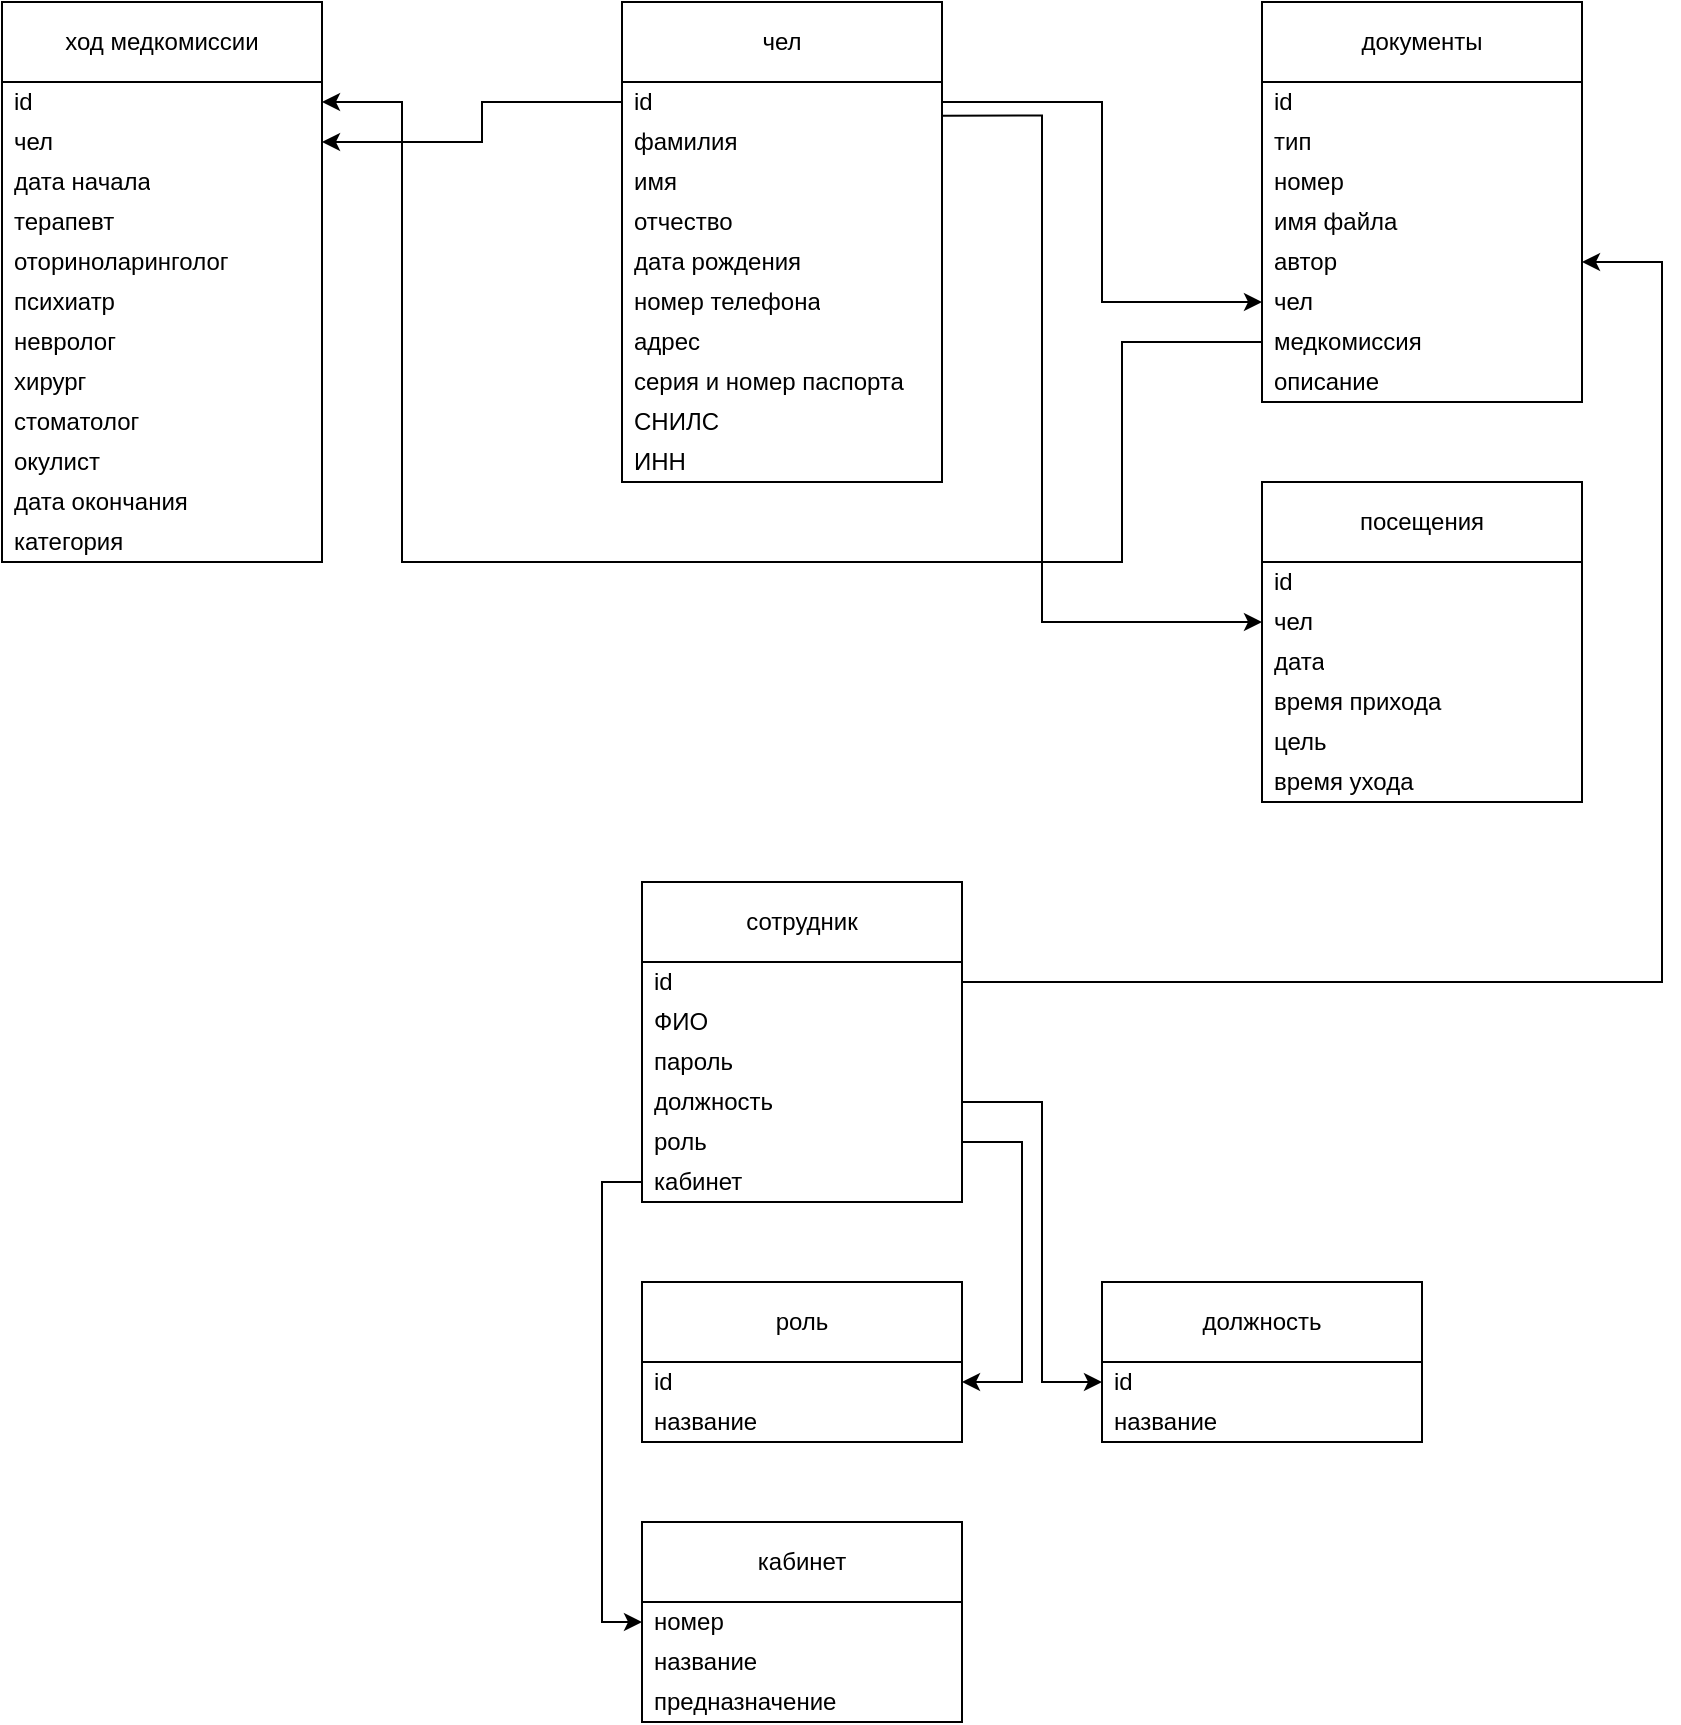
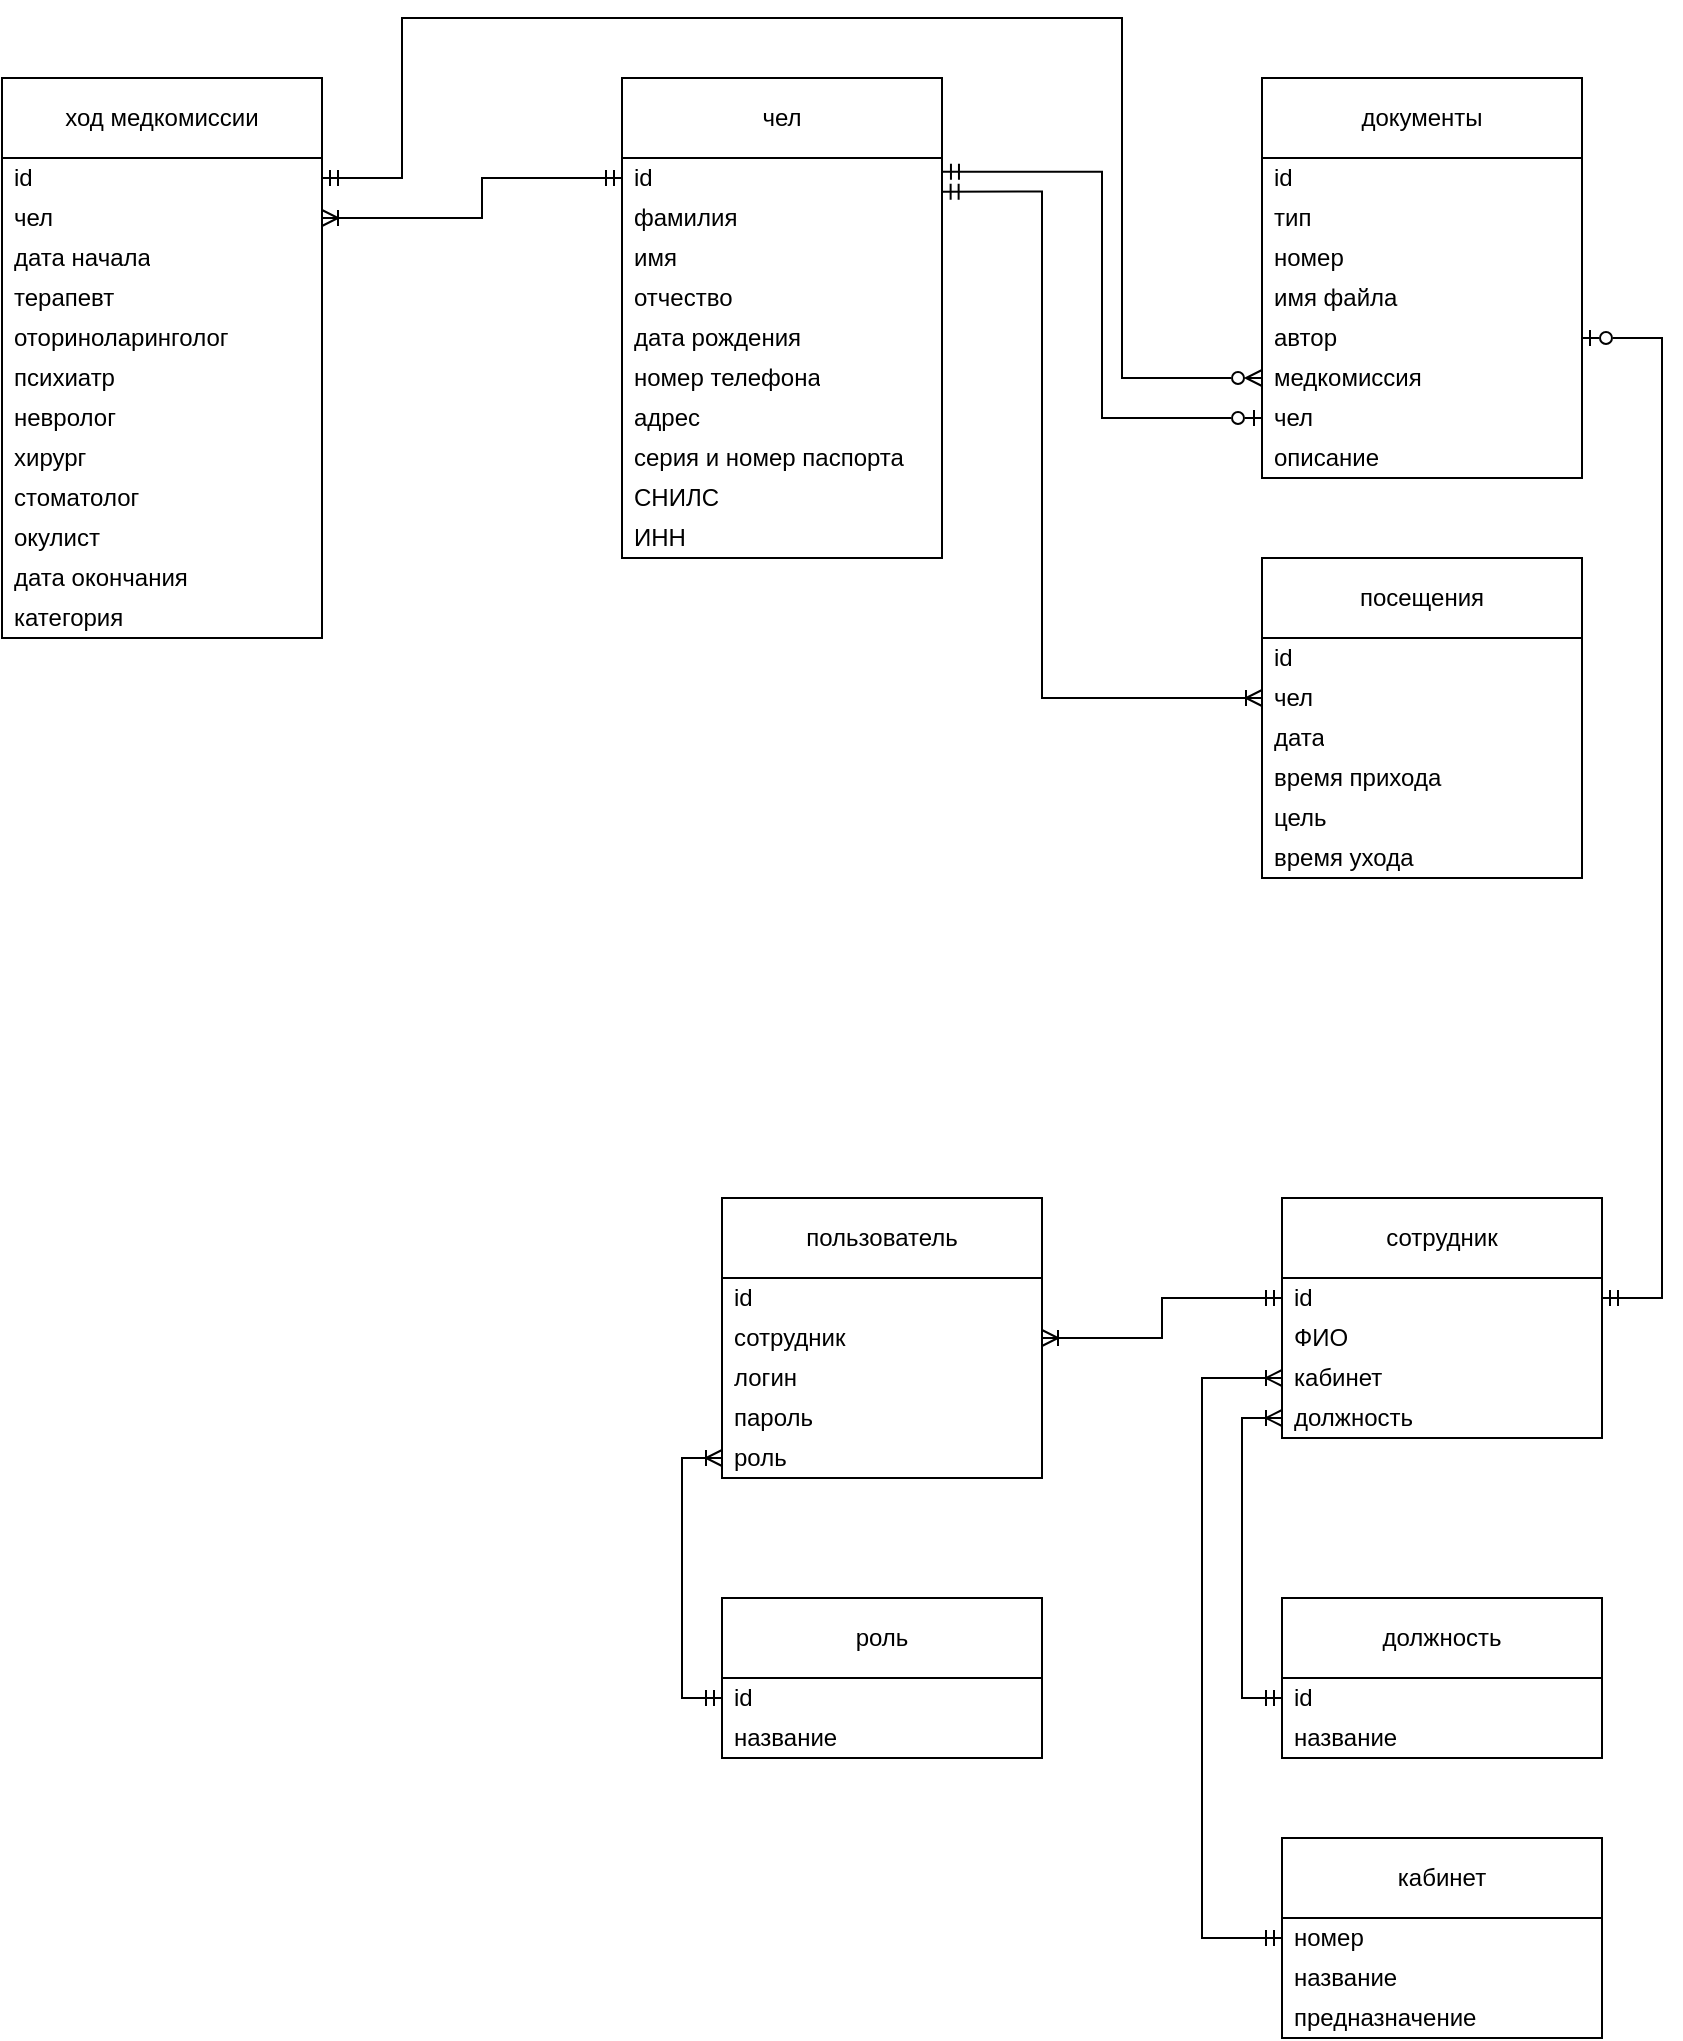
<mxfile host="Electron" agent="Mozilla/5.0 (Windows NT 10.0; Win64; x64) AppleWebKit/537.36 (KHTML, like Gecko) draw.io/29.6.1 Chrome/142.0.7444.265 Electron/39.8.0 Safari/537.36" version="29.6.1">
  <diagram name="Страница-1" id="S3eH96T5Km2KiMN3JvNQ">
-     <mxGraphModel dx="1426" dy="889" grid="1" gridSize="10" guides="1" tooltips="1" connect="1" arrows="1" fold="1" page="1" pageScale="1" pageWidth="827" pageHeight="1169" math="0" shadow="0">
+     <mxGraphModel dx="607" dy="378" grid="1" gridSize="10" guides="1" tooltips="1" connect="1" arrows="1" fold="1" page="1" pageScale="1" pageWidth="827" pageHeight="1169" math="0" shadow="0">
      <root>
        <mxCell id="0" />
        <mxCell id="1" parent="0" />
        <mxCell id="QCCio0czqhQAYPsaJVkk-1" parent="1" style="swimlane;fontStyle=0;childLayout=stackLayout;horizontal=1;startSize=40;horizontalStack=0;resizeParent=1;resizeParentMax=0;resizeLast=0;collapsible=1;marginBottom=0;whiteSpace=wrap;html=1;" value="чел" vertex="1">
          <mxGeometry height="240" width="160" x="750" y="200" as="geometry" />
        </mxCell>
        <mxCell id="QCCio0czqhQAYPsaJVkk-2" parent="QCCio0czqhQAYPsaJVkk-1" style="text;strokeColor=none;fillColor=none;align=left;verticalAlign=middle;spacingLeft=4;spacingRight=4;overflow=hidden;points=[[0,0.5],[1,0.5]];portConstraint=eastwest;rotatable=0;whiteSpace=wrap;html=1;" value="id" vertex="1">
          <mxGeometry height="20" width="160" y="40" as="geometry" />
        </mxCell>
        <mxCell id="QCCio0czqhQAYPsaJVkk-3" parent="QCCio0czqhQAYPsaJVkk-1" style="text;strokeColor=none;fillColor=none;align=left;verticalAlign=middle;spacingLeft=4;spacingRight=4;overflow=hidden;points=[[0,0.5],[1,0.5]];portConstraint=eastwest;rotatable=0;whiteSpace=wrap;html=1;" value="фамилия" vertex="1">
          <mxGeometry height="20" width="160" y="60" as="geometry" />
        </mxCell>
        <mxCell id="QCCio0czqhQAYPsaJVkk-4" parent="QCCio0czqhQAYPsaJVkk-1" style="text;strokeColor=none;fillColor=none;align=left;verticalAlign=middle;spacingLeft=4;spacingRight=4;overflow=hidden;points=[[0,0.5],[1,0.5]];portConstraint=eastwest;rotatable=0;whiteSpace=wrap;html=1;" value="имя" vertex="1">
          <mxGeometry height="20" width="160" y="80" as="geometry" />
        </mxCell>
        <mxCell id="QCCio0czqhQAYPsaJVkk-5" parent="QCCio0czqhQAYPsaJVkk-1" style="text;strokeColor=none;fillColor=none;align=left;verticalAlign=middle;spacingLeft=4;spacingRight=4;overflow=hidden;points=[[0,0.5],[1,0.5]];portConstraint=eastwest;rotatable=0;whiteSpace=wrap;html=1;" value="отчество" vertex="1">
          <mxGeometry height="20" width="160" y="100" as="geometry" />
        </mxCell>
        <mxCell id="QCCio0czqhQAYPsaJVkk-6" parent="QCCio0czqhQAYPsaJVkk-1" style="text;strokeColor=none;fillColor=none;align=left;verticalAlign=middle;spacingLeft=4;spacingRight=4;overflow=hidden;points=[[0,0.5],[1,0.5]];portConstraint=eastwest;rotatable=0;whiteSpace=wrap;html=1;" value="дата рождения" vertex="1">
          <mxGeometry height="20" width="160" y="120" as="geometry" />
        </mxCell>
        <mxCell id="QCCio0czqhQAYPsaJVkk-7" parent="QCCio0czqhQAYPsaJVkk-1" style="text;strokeColor=none;fillColor=none;align=left;verticalAlign=middle;spacingLeft=4;spacingRight=4;overflow=hidden;points=[[0,0.5],[1,0.5]];portConstraint=eastwest;rotatable=0;whiteSpace=wrap;html=1;" value="номер телефона" vertex="1">
          <mxGeometry height="20" width="160" y="140" as="geometry" />
        </mxCell>
        <mxCell id="QCCio0czqhQAYPsaJVkk-8" parent="QCCio0czqhQAYPsaJVkk-1" style="text;strokeColor=none;fillColor=none;align=left;verticalAlign=middle;spacingLeft=4;spacingRight=4;overflow=hidden;points=[[0,0.5],[1,0.5]];portConstraint=eastwest;rotatable=0;whiteSpace=wrap;html=1;" value="адрес" vertex="1">
          <mxGeometry height="20" width="160" y="160" as="geometry" />
        </mxCell>
        <mxCell id="QCCio0czqhQAYPsaJVkk-9" parent="QCCio0czqhQAYPsaJVkk-1" style="text;strokeColor=none;fillColor=none;align=left;verticalAlign=middle;spacingLeft=4;spacingRight=4;overflow=hidden;points=[[0,0.5],[1,0.5]];portConstraint=eastwest;rotatable=0;whiteSpace=wrap;html=1;" value="серия и номер паспорта" vertex="1">
          <mxGeometry height="20" width="160" y="180" as="geometry" />
        </mxCell>
        <mxCell id="QCCio0czqhQAYPsaJVkk-10" parent="QCCio0czqhQAYPsaJVkk-1" style="text;strokeColor=none;fillColor=none;align=left;verticalAlign=middle;spacingLeft=4;spacingRight=4;overflow=hidden;points=[[0,0.5],[1,0.5]];portConstraint=eastwest;rotatable=0;whiteSpace=wrap;html=1;" value="СНИЛС" vertex="1">
          <mxGeometry height="20" width="160" y="200" as="geometry" />
        </mxCell>
        <mxCell id="QCCio0czqhQAYPsaJVkk-11" parent="QCCio0czqhQAYPsaJVkk-1" style="text;strokeColor=none;fillColor=none;align=left;verticalAlign=middle;spacingLeft=4;spacingRight=4;overflow=hidden;points=[[0,0.5],[1,0.5]];portConstraint=eastwest;rotatable=0;whiteSpace=wrap;html=1;" value="ИНН" vertex="1">
          <mxGeometry height="20" width="160" y="220" as="geometry" />
        </mxCell>
        <mxCell id="QCCio0czqhQAYPsaJVkk-14" parent="1" style="swimlane;fontStyle=0;childLayout=stackLayout;horizontal=1;startSize=40;horizontalStack=0;resizeParent=1;resizeParentMax=0;resizeLast=0;collapsible=1;marginBottom=0;whiteSpace=wrap;html=1;" value="посещения" vertex="1">
          <mxGeometry height="160" width="160" x="1070" y="440" as="geometry" />
        </mxCell>
        <mxCell id="QCCio0czqhQAYPsaJVkk-15" parent="QCCio0czqhQAYPsaJVkk-14" style="text;strokeColor=none;fillColor=none;align=left;verticalAlign=middle;spacingLeft=4;spacingRight=4;overflow=hidden;points=[[0,0.5],[1,0.5]];portConstraint=eastwest;rotatable=0;whiteSpace=wrap;html=1;" value="id" vertex="1">
          <mxGeometry height="20" width="160" y="40" as="geometry" />
        </mxCell>
        <mxCell id="QCCio0czqhQAYPsaJVkk-16" parent="QCCio0czqhQAYPsaJVkk-14" style="text;strokeColor=none;fillColor=none;align=left;verticalAlign=middle;spacingLeft=4;spacingRight=4;overflow=hidden;points=[[0,0.5],[1,0.5]];portConstraint=eastwest;rotatable=0;whiteSpace=wrap;html=1;" value="чел" vertex="1">
          <mxGeometry height="20" width="160" y="60" as="geometry" />
        </mxCell>
        <mxCell id="QCCio0czqhQAYPsaJVkk-17" parent="QCCio0czqhQAYPsaJVkk-14" style="text;strokeColor=none;fillColor=none;align=left;verticalAlign=middle;spacingLeft=4;spacingRight=4;overflow=hidden;points=[[0,0.5],[1,0.5]];portConstraint=eastwest;rotatable=0;whiteSpace=wrap;html=1;" value="дата" vertex="1">
          <mxGeometry height="20" width="160" y="80" as="geometry" />
        </mxCell>
        <mxCell id="iJ2i9DIFwPjE_dnxFoKW-2" parent="QCCio0czqhQAYPsaJVkk-14" style="text;strokeColor=none;fillColor=none;align=left;verticalAlign=middle;spacingLeft=4;spacingRight=4;overflow=hidden;points=[[0,0.5],[1,0.5]];portConstraint=eastwest;rotatable=0;whiteSpace=wrap;html=1;" value="время прихода" vertex="1">
          <mxGeometry height="20" width="160" y="100" as="geometry" />
        </mxCell>
        <mxCell id="QCCio0czqhQAYPsaJVkk-18" parent="QCCio0czqhQAYPsaJVkk-14" style="text;strokeColor=none;fillColor=none;align=left;verticalAlign=middle;spacingLeft=4;spacingRight=4;overflow=hidden;points=[[0,0.5],[1,0.5]];portConstraint=eastwest;rotatable=0;whiteSpace=wrap;html=1;" value="цель" vertex="1">
          <mxGeometry height="20" width="160" y="120" as="geometry" />
        </mxCell>
        <mxCell id="iJ2i9DIFwPjE_dnxFoKW-1" parent="QCCio0czqhQAYPsaJVkk-14" style="text;strokeColor=none;fillColor=none;align=left;verticalAlign=middle;spacingLeft=4;spacingRight=4;overflow=hidden;points=[[0,0.5],[1,0.5]];portConstraint=eastwest;rotatable=0;whiteSpace=wrap;html=1;" value="время ухода" vertex="1">
          <mxGeometry height="20" width="160" y="140" as="geometry" />
        </mxCell>
        <mxCell id="QCCio0czqhQAYPsaJVkk-19" parent="1" style="swimlane;fontStyle=0;childLayout=stackLayout;horizontal=1;startSize=40;horizontalStack=0;resizeParent=1;resizeParentMax=0;resizeLast=0;collapsible=1;marginBottom=0;whiteSpace=wrap;html=1;" value="сотрудник" vertex="1">
-           <mxGeometry height="160" width="160" x="760" y="640" as="geometry" />
+           <mxGeometry height="120" width="160" x="1080" y="760" as="geometry" />
        </mxCell>
        <mxCell id="QCCio0czqhQAYPsaJVkk-20" parent="QCCio0czqhQAYPsaJVkk-19" style="text;strokeColor=none;fillColor=none;align=left;verticalAlign=middle;spacingLeft=4;spacingRight=4;overflow=hidden;points=[[0,0.5],[1,0.5]];portConstraint=eastwest;rotatable=0;whiteSpace=wrap;html=1;" value="id" vertex="1">
          <mxGeometry height="20" width="160" y="40" as="geometry" />
        </mxCell>
        <mxCell id="QCCio0czqhQAYPsaJVkk-21" parent="QCCio0czqhQAYPsaJVkk-19" style="text;strokeColor=none;fillColor=none;align=left;verticalAlign=middle;spacingLeft=4;spacingRight=4;overflow=hidden;points=[[0,0.5],[1,0.5]];portConstraint=eastwest;rotatable=0;whiteSpace=wrap;html=1;" value="ФИО" vertex="1">
          <mxGeometry height="20" width="160" y="60" as="geometry" />
        </mxCell>
-         <mxCell id="bNMUofoQmzc7tCHo6-4E-1" parent="QCCio0czqhQAYPsaJVkk-19" style="text;strokeColor=none;fillColor=none;align=left;verticalAlign=middle;spacingLeft=4;spacingRight=4;overflow=hidden;points=[[0,0.5],[1,0.5]];portConstraint=eastwest;rotatable=0;whiteSpace=wrap;html=1;" value="пароль" vertex="1">
-           <mxGeometry height="20" width="160" y="80" as="geometry" />
-         </mxCell>
-         <mxCell id="QCCio0czqhQAYPsaJVkk-22" parent="QCCio0czqhQAYPsaJVkk-19" style="text;strokeColor=none;fillColor=none;align=left;verticalAlign=middle;spacingLeft=4;spacingRight=4;overflow=hidden;points=[[0,0.5],[1,0.5]];portConstraint=eastwest;rotatable=0;whiteSpace=wrap;html=1;" value="должность" vertex="1">
-           <mxGeometry height="20" width="160" y="100" as="geometry" />
-         </mxCell>
-         <mxCell id="QCCio0czqhQAYPsaJVkk-23" parent="QCCio0czqhQAYPsaJVkk-19" style="text;strokeColor=none;fillColor=none;align=left;verticalAlign=middle;spacingLeft=4;spacingRight=4;overflow=hidden;points=[[0,0.5],[1,0.5]];portConstraint=eastwest;rotatable=0;whiteSpace=wrap;html=1;" value="роль" vertex="1">
-           <mxGeometry height="20" width="160" y="120" as="geometry" />
-         </mxCell>
        <mxCell id="QCCio0czqhQAYPsaJVkk-24" parent="QCCio0czqhQAYPsaJVkk-19" style="text;strokeColor=none;fillColor=none;align=left;verticalAlign=middle;spacingLeft=4;spacingRight=4;overflow=hidden;points=[[0,0.5],[1,0.5]];portConstraint=eastwest;rotatable=0;whiteSpace=wrap;html=1;" value="кабинет" vertex="1">
-           <mxGeometry height="20" width="160" y="140" as="geometry" />
+           <mxGeometry height="20" width="160" y="80" as="geometry" />
+         </mxCell>
+         <mxCell id="_7CWWWRRHnUByzOvKkJp-8" parent="QCCio0czqhQAYPsaJVkk-19" style="text;strokeColor=none;fillColor=none;align=left;verticalAlign=middle;spacingLeft=4;spacingRight=4;overflow=hidden;points=[[0,0.5],[1,0.5]];portConstraint=eastwest;rotatable=0;whiteSpace=wrap;html=1;" value="должность" vertex="1">
+           <mxGeometry height="20" width="160" y="100" as="geometry" />
        </mxCell>
        <mxCell id="QCCio0czqhQAYPsaJVkk-25" parent="1" style="swimlane;fontStyle=0;childLayout=stackLayout;horizontal=1;startSize=40;horizontalStack=0;resizeParent=1;resizeParentMax=0;resizeLast=0;collapsible=1;marginBottom=0;whiteSpace=wrap;html=1;" value="кабинет" vertex="1">
-           <mxGeometry height="100" width="160" x="760" y="960" as="geometry" />
+           <mxGeometry height="100" width="160" x="1080" y="1080" as="geometry" />
        </mxCell>
        <mxCell id="QCCio0czqhQAYPsaJVkk-26" parent="QCCio0czqhQAYPsaJVkk-25" style="text;strokeColor=none;fillColor=none;align=left;verticalAlign=middle;spacingLeft=4;spacingRight=4;overflow=hidden;points=[[0,0.5],[1,0.5]];portConstraint=eastwest;rotatable=0;whiteSpace=wrap;html=1;" value="номер" vertex="1">
          <mxGeometry height="20" width="160" y="40" as="geometry" />
        </mxCell>
        <mxCell id="QCCio0czqhQAYPsaJVkk-27" parent="QCCio0czqhQAYPsaJVkk-25" style="text;strokeColor=none;fillColor=none;align=left;verticalAlign=middle;spacingLeft=4;spacingRight=4;overflow=hidden;points=[[0,0.5],[1,0.5]];portConstraint=eastwest;rotatable=0;whiteSpace=wrap;html=1;" value="название" vertex="1">
          <mxGeometry height="20" width="160" y="60" as="geometry" />
        </mxCell>
        <mxCell id="QCCio0czqhQAYPsaJVkk-28" parent="QCCio0czqhQAYPsaJVkk-25" style="text;strokeColor=none;fillColor=none;align=left;verticalAlign=middle;spacingLeft=4;spacingRight=4;overflow=hidden;points=[[0,0.5],[1,0.5]];portConstraint=eastwest;rotatable=0;whiteSpace=wrap;html=1;" value="предназначение" vertex="1">
          <mxGeometry height="20" width="160" y="80" as="geometry" />
        </mxCell>
-         <mxCell id="QCCio0czqhQAYPsaJVkk-29" edge="1" parent="1" style="edgeStyle=orthogonalEdgeStyle;rounded=0;orthogonalLoop=1;jettySize=auto;html=1;">
-           <mxGeometry relative="1" as="geometry">
-             <Array as="points">
-               <mxPoint x="740" y="790" />
-               <mxPoint x="740" y="1010" />
-               <mxPoint x="760" y="1010" />
-             </Array>
-             <mxPoint x="760" y="790" as="sourcePoint" />
-             <mxPoint x="760" y="1010" as="targetPoint" />
+         <mxCell id="QCCio0czqhQAYPsaJVkk-29" edge="1" parent="1" source="QCCio0czqhQAYPsaJVkk-24" style="edgeStyle=orthogonalEdgeStyle;rounded=0;orthogonalLoop=1;jettySize=auto;html=1;startArrow=ERoneToMany;startFill=0;endArrow=ERmandOne;endFill=0;exitX=0;exitY=0.5;exitDx=0;exitDy=0;">
+           <mxGeometry relative="1" as="geometry">
+             <Array as="points">
+               <mxPoint x="1040" y="850" />
+               <mxPoint x="1040" y="1130" />
+             </Array>
+             <mxPoint x="1080" y="910" as="sourcePoint" />
+             <mxPoint x="1080" y="1130" as="targetPoint" />
          </mxGeometry>
        </mxCell>
        <mxCell id="QCCio0czqhQAYPsaJVkk-30" parent="1" style="swimlane;fontStyle=0;childLayout=stackLayout;horizontal=1;startSize=40;horizontalStack=0;resizeParent=1;resizeParentMax=0;resizeLast=0;collapsible=1;marginBottom=0;whiteSpace=wrap;html=1;" value="документы" vertex="1">
          <mxGeometry height="200" width="160" x="1070" y="200" as="geometry" />
        </mxCell>
        <mxCell id="QCCio0czqhQAYPsaJVkk-31" parent="QCCio0czqhQAYPsaJVkk-30" style="text;strokeColor=none;fillColor=none;align=left;verticalAlign=middle;spacingLeft=4;spacingRight=4;overflow=hidden;points=[[0,0.5],[1,0.5]];portConstraint=eastwest;rotatable=0;whiteSpace=wrap;html=1;" value="id" vertex="1">
          <mxGeometry height="20" width="160" y="40" as="geometry" />
        </mxCell>
        <mxCell id="QCCio0czqhQAYPsaJVkk-32" parent="QCCio0czqhQAYPsaJVkk-30" style="text;strokeColor=none;fillColor=none;align=left;verticalAlign=middle;spacingLeft=4;spacingRight=4;overflow=hidden;points=[[0,0.5],[1,0.5]];portConstraint=eastwest;rotatable=0;whiteSpace=wrap;html=1;" value="тип" vertex="1">
          <mxGeometry height="20" width="160" y="60" as="geometry" />
        </mxCell>
        <mxCell id="QCCio0czqhQAYPsaJVkk-33" parent="QCCio0czqhQAYPsaJVkk-30" style="text;strokeColor=none;fillColor=none;align=left;verticalAlign=middle;spacingLeft=4;spacingRight=4;overflow=hidden;points=[[0,0.5],[1,0.5]];portConstraint=eastwest;rotatable=0;whiteSpace=wrap;html=1;" value="номер" vertex="1">
          <mxGeometry height="20" width="160" y="80" as="geometry" />
        </mxCell>
        <mxCell id="5v35WYOy-HeSkfLyppc9-16" parent="QCCio0czqhQAYPsaJVkk-30" style="text;strokeColor=none;fillColor=none;align=left;verticalAlign=middle;spacingLeft=4;spacingRight=4;overflow=hidden;points=[[0,0.5],[1,0.5]];portConstraint=eastwest;rotatable=0;whiteSpace=wrap;html=1;" value="имя файла" vertex="1">
          <mxGeometry height="20" width="160" y="100" as="geometry" />
        </mxCell>
        <mxCell id="QCCio0czqhQAYPsaJVkk-34" parent="QCCio0czqhQAYPsaJVkk-30" style="text;strokeColor=none;fillColor=none;align=left;verticalAlign=middle;spacingLeft=4;spacingRight=4;overflow=hidden;points=[[0,0.5],[1,0.5]];portConstraint=eastwest;rotatable=0;whiteSpace=wrap;html=1;" value="автор" vertex="1">
          <mxGeometry height="20" width="160" y="120" as="geometry" />
        </mxCell>
+         <mxCell id="5v35WYOy-HeSkfLyppc9-18" parent="QCCio0czqhQAYPsaJVkk-30" style="text;strokeColor=none;fillColor=none;align=left;verticalAlign=middle;spacingLeft=4;spacingRight=4;overflow=hidden;points=[[0,0.5],[1,0.5]];portConstraint=eastwest;rotatable=0;whiteSpace=wrap;html=1;" value="медкомиссия" vertex="1">
+           <mxGeometry height="20" width="160" y="140" as="geometry" />
+         </mxCell>
        <mxCell id="QCCio0czqhQAYPsaJVkk-37" parent="QCCio0czqhQAYPsaJVkk-30" style="text;strokeColor=none;fillColor=none;align=left;verticalAlign=middle;spacingLeft=4;spacingRight=4;overflow=hidden;points=[[0,0.5],[1,0.5]];portConstraint=eastwest;rotatable=0;whiteSpace=wrap;html=1;" value="чел" vertex="1">
-           <mxGeometry height="20" width="160" y="140" as="geometry" />
-         </mxCell>
-         <mxCell id="5v35WYOy-HeSkfLyppc9-18" parent="QCCio0czqhQAYPsaJVkk-30" style="text;strokeColor=none;fillColor=none;align=left;verticalAlign=middle;spacingLeft=4;spacingRight=4;overflow=hidden;points=[[0,0.5],[1,0.5]];portConstraint=eastwest;rotatable=0;whiteSpace=wrap;html=1;" value="медкомиссия" vertex="1">
          <mxGeometry height="20" width="160" y="160" as="geometry" />
        </mxCell>
        <mxCell id="5v35WYOy-HeSkfLyppc9-17" parent="QCCio0czqhQAYPsaJVkk-30" style="text;strokeColor=none;fillColor=none;align=left;verticalAlign=middle;spacingLeft=4;spacingRight=4;overflow=hidden;points=[[0,0.5],[1,0.5]];portConstraint=eastwest;rotatable=0;whiteSpace=wrap;html=1;" value="описание" vertex="1">
          <mxGeometry height="20" width="160" y="180" as="geometry" />
        </mxCell>
-         <mxCell id="QCCio0czqhQAYPsaJVkk-38" edge="1" parent="1" source="QCCio0czqhQAYPsaJVkk-2" style="edgeStyle=orthogonalEdgeStyle;rounded=0;orthogonalLoop=1;jettySize=auto;html=1;entryX=0;entryY=0.5;entryDx=0;entryDy=0;exitX=1.002;exitY=0.841;exitDx=0;exitDy=0;exitPerimeter=0;" target="QCCio0czqhQAYPsaJVkk-16">
+         <mxCell id="QCCio0czqhQAYPsaJVkk-38" edge="1" parent="1" source="QCCio0czqhQAYPsaJVkk-2" style="edgeStyle=orthogonalEdgeStyle;rounded=0;orthogonalLoop=1;jettySize=auto;html=1;entryX=0;entryY=0.5;entryDx=0;entryDy=0;exitX=1.002;exitY=0.841;exitDx=0;exitDy=0;exitPerimeter=0;startArrow=ERmandOne;startFill=0;endArrow=ERoneToMany;endFill=0;" target="QCCio0czqhQAYPsaJVkk-16">
          <mxGeometry relative="1" as="geometry">
            <Array as="points">
              <mxPoint x="960" y="257" />
              <mxPoint x="960" y="510" />
            </Array>
          </mxGeometry>
        </mxCell>
-         <mxCell id="QCCio0czqhQAYPsaJVkk-39" edge="1" parent="1" source="QCCio0czqhQAYPsaJVkk-2" style="edgeStyle=orthogonalEdgeStyle;rounded=0;orthogonalLoop=1;jettySize=auto;html=1;entryX=0;entryY=0.5;entryDx=0;entryDy=0;" target="QCCio0czqhQAYPsaJVkk-37">
-           <mxGeometry relative="1" as="geometry">
-             <Array as="points">
-               <mxPoint x="990" y="250" />
-               <mxPoint x="990" y="350" />
+         <mxCell id="QCCio0czqhQAYPsaJVkk-39" edge="1" parent="1" source="QCCio0czqhQAYPsaJVkk-2" style="edgeStyle=orthogonalEdgeStyle;rounded=0;orthogonalLoop=1;jettySize=auto;html=1;entryX=0;entryY=0.5;entryDx=0;entryDy=0;startArrow=ERmandOne;startFill=0;endArrow=ERzeroToOne;endFill=0;exitX=1.003;exitY=0.344;exitDx=0;exitDy=0;exitPerimeter=0;" target="QCCio0czqhQAYPsaJVkk-37">
+           <mxGeometry relative="1" as="geometry">
+             <Array as="points">
+               <mxPoint x="990" y="247" />
+               <mxPoint x="990" y="370" />
            </Array>
            <mxPoint x="1030" y="330" as="targetPoint" />
          </mxGeometry>
        </mxCell>
        <mxCell id="QCCio0czqhQAYPsaJVkk-40" parent="1" style="swimlane;fontStyle=0;childLayout=stackLayout;horizontal=1;startSize=40;horizontalStack=0;resizeParent=1;resizeParentMax=0;resizeLast=0;collapsible=1;marginBottom=0;whiteSpace=wrap;html=1;" value="роль" vertex="1">
-           <mxGeometry height="80" width="160" x="760" y="840" as="geometry" />
+           <mxGeometry height="80" width="160" x="800" y="960" as="geometry" />
        </mxCell>
        <mxCell id="QCCio0czqhQAYPsaJVkk-41" parent="QCCio0czqhQAYPsaJVkk-40" style="text;strokeColor=none;fillColor=none;align=left;verticalAlign=middle;spacingLeft=4;spacingRight=4;overflow=hidden;points=[[0,0.5],[1,0.5]];portConstraint=eastwest;rotatable=0;whiteSpace=wrap;html=1;" value="id" vertex="1">
          <mxGeometry height="20" width="160" y="40" as="geometry" />
        </mxCell>
        <mxCell id="QCCio0czqhQAYPsaJVkk-42" parent="QCCio0czqhQAYPsaJVkk-40" style="text;strokeColor=none;fillColor=none;align=left;verticalAlign=middle;spacingLeft=4;spacingRight=4;overflow=hidden;points=[[0,0.5],[1,0.5]];portConstraint=eastwest;rotatable=0;whiteSpace=wrap;html=1;" value="название" vertex="1">
          <mxGeometry height="20" width="160" y="60" as="geometry" />
        </mxCell>
-         <mxCell id="QCCio0czqhQAYPsaJVkk-43" edge="1" parent="1" source="QCCio0czqhQAYPsaJVkk-23" style="edgeStyle=orthogonalEdgeStyle;rounded=0;orthogonalLoop=1;jettySize=auto;html=1;entryX=1;entryY=0.5;entryDx=0;entryDy=0;" target="QCCio0czqhQAYPsaJVkk-41">
-           <mxGeometry relative="1" as="geometry">
-             <Array as="points">
-               <mxPoint x="950" y="770" />
-               <mxPoint x="950" y="890" />
-             </Array>
-             <mxPoint x="910" y="850" as="targetPoint" />
-           </mxGeometry>
-         </mxCell>
-         <mxCell id="QCCio0czqhQAYPsaJVkk-44" edge="1" parent="1" source="QCCio0czqhQAYPsaJVkk-20" style="edgeStyle=orthogonalEdgeStyle;rounded=0;orthogonalLoop=1;jettySize=auto;html=1;entryX=1;entryY=0.5;entryDx=0;entryDy=0;exitX=1;exitY=0.5;exitDx=0;exitDy=0;" target="QCCio0czqhQAYPsaJVkk-34">
-           <mxGeometry relative="1" as="geometry">
-             <Array as="points">
-               <mxPoint x="1270" y="690" />
+         <mxCell id="QCCio0czqhQAYPsaJVkk-44" edge="1" parent="1" source="QCCio0czqhQAYPsaJVkk-20" style="edgeStyle=orthogonalEdgeStyle;rounded=0;orthogonalLoop=1;jettySize=auto;html=1;entryX=1;entryY=0.5;entryDx=0;entryDy=0;startArrow=ERmandOne;startFill=0;endArrow=ERzeroToOne;endFill=0;exitX=1;exitY=0.5;exitDx=0;exitDy=0;" target="QCCio0czqhQAYPsaJVkk-34">
+           <mxGeometry relative="1" as="geometry">
+             <Array as="points">
+               <mxPoint x="1270" y="810" />
              <mxPoint x="1270" y="330" />
            </Array>
-             <mxPoint x="980" y="650" as="sourcePoint" />
+             <mxPoint x="1270" y="750" as="sourcePoint" />
            <mxPoint x="1220" y="390" as="targetPoint" />
          </mxGeometry>
        </mxCell>
        <mxCell id="QCCio0czqhQAYPsaJVkk-45" parent="1" style="swimlane;fontStyle=0;childLayout=stackLayout;horizontal=1;startSize=40;horizontalStack=0;resizeParent=1;resizeParentMax=0;resizeLast=0;collapsible=1;marginBottom=0;whiteSpace=wrap;html=1;" value="ход медкомиссии" vertex="1">
          <mxGeometry height="280" width="160" x="440" y="200" as="geometry" />
        </mxCell>
        <mxCell id="QCCio0czqhQAYPsaJVkk-46" parent="QCCio0czqhQAYPsaJVkk-45" style="text;strokeColor=none;fillColor=none;align=left;verticalAlign=middle;spacingLeft=4;spacingRight=4;overflow=hidden;points=[[0,0.5],[1,0.5]];portConstraint=eastwest;rotatable=0;whiteSpace=wrap;html=1;" value="id" vertex="1">
          <mxGeometry height="20" width="160" y="40" as="geometry" />
        </mxCell>
        <mxCell id="QCCio0czqhQAYPsaJVkk-47" parent="QCCio0czqhQAYPsaJVkk-45" style="text;strokeColor=none;fillColor=none;align=left;verticalAlign=middle;spacingLeft=4;spacingRight=4;overflow=hidden;points=[[0,0.5],[1,0.5]];portConstraint=eastwest;rotatable=0;whiteSpace=wrap;html=1;" value="чел" vertex="1">
          <mxGeometry height="20" width="160" y="60" as="geometry" />
        </mxCell>
        <mxCell id="QCCio0czqhQAYPsaJVkk-49" parent="QCCio0czqhQAYPsaJVkk-45" style="text;strokeColor=none;fillColor=none;align=left;verticalAlign=middle;spacingLeft=4;spacingRight=4;overflow=hidden;points=[[0,0.5],[1,0.5]];portConstraint=eastwest;rotatable=0;whiteSpace=wrap;html=1;" value="дата начала" vertex="1">
          <mxGeometry height="20" width="160" y="80" as="geometry" />
        </mxCell>
        <mxCell id="QCCio0czqhQAYPsaJVkk-58" parent="QCCio0czqhQAYPsaJVkk-45" style="text;strokeColor=none;fillColor=none;align=left;verticalAlign=middle;spacingLeft=4;spacingRight=4;overflow=hidden;points=[[0,0.5],[1,0.5]];portConstraint=eastwest;rotatable=0;whiteSpace=wrap;html=1;" value="терапевт" vertex="1">
          <mxGeometry height="20" width="160" y="100" as="geometry" />
        </mxCell>
        <mxCell id="QCCio0czqhQAYPsaJVkk-64" parent="QCCio0czqhQAYPsaJVkk-45" style="text;strokeColor=none;fillColor=none;align=left;verticalAlign=middle;spacingLeft=4;spacingRight=4;overflow=hidden;points=[[0,0.5],[1,0.5]];portConstraint=eastwest;rotatable=0;whiteSpace=wrap;html=1;" value="оториноларинголог" vertex="1">
          <mxGeometry height="20" width="160" y="120" as="geometry" />
        </mxCell>
        <mxCell id="QCCio0czqhQAYPsaJVkk-63" parent="QCCio0czqhQAYPsaJVkk-45" style="text;strokeColor=none;fillColor=none;align=left;verticalAlign=middle;spacingLeft=4;spacingRight=4;overflow=hidden;points=[[0,0.5],[1,0.5]];portConstraint=eastwest;rotatable=0;whiteSpace=wrap;html=1;" value="психиатр" vertex="1">
          <mxGeometry height="20" width="160" y="140" as="geometry" />
        </mxCell>
        <mxCell id="QCCio0czqhQAYPsaJVkk-62" parent="QCCio0czqhQAYPsaJVkk-45" style="text;strokeColor=none;fillColor=none;align=left;verticalAlign=middle;spacingLeft=4;spacingRight=4;overflow=hidden;points=[[0,0.5],[1,0.5]];portConstraint=eastwest;rotatable=0;whiteSpace=wrap;html=1;" value="невролог" vertex="1">
          <mxGeometry height="20" width="160" y="160" as="geometry" />
        </mxCell>
        <mxCell id="QCCio0czqhQAYPsaJVkk-61" parent="QCCio0czqhQAYPsaJVkk-45" style="text;strokeColor=none;fillColor=none;align=left;verticalAlign=middle;spacingLeft=4;spacingRight=4;overflow=hidden;points=[[0,0.5],[1,0.5]];portConstraint=eastwest;rotatable=0;whiteSpace=wrap;html=1;" value="хирург" vertex="1">
          <mxGeometry height="20" width="160" y="180" as="geometry" />
        </mxCell>
        <mxCell id="QCCio0czqhQAYPsaJVkk-60" parent="QCCio0czqhQAYPsaJVkk-45" style="text;strokeColor=none;fillColor=none;align=left;verticalAlign=middle;spacingLeft=4;spacingRight=4;overflow=hidden;points=[[0,0.5],[1,0.5]];portConstraint=eastwest;rotatable=0;whiteSpace=wrap;html=1;" value="стоматолог" vertex="1">
          <mxGeometry height="20" width="160" y="200" as="geometry" />
        </mxCell>
        <mxCell id="QCCio0czqhQAYPsaJVkk-59" parent="QCCio0czqhQAYPsaJVkk-45" style="text;strokeColor=none;fillColor=none;align=left;verticalAlign=middle;spacingLeft=4;spacingRight=4;overflow=hidden;points=[[0,0.5],[1,0.5]];portConstraint=eastwest;rotatable=0;whiteSpace=wrap;html=1;" value="окулист" vertex="1">
          <mxGeometry height="20" width="160" y="220" as="geometry" />
        </mxCell>
        <mxCell id="QCCio0czqhQAYPsaJVkk-50" parent="QCCio0czqhQAYPsaJVkk-45" style="text;strokeColor=none;fillColor=none;align=left;verticalAlign=middle;spacingLeft=4;spacingRight=4;overflow=hidden;points=[[0,0.5],[1,0.5]];portConstraint=eastwest;rotatable=0;whiteSpace=wrap;html=1;" value="дата окончания" vertex="1">
          <mxGeometry height="20" width="160" y="240" as="geometry" />
        </mxCell>
        <mxCell id="QCCio0czqhQAYPsaJVkk-51" parent="QCCio0czqhQAYPsaJVkk-45" style="text;strokeColor=none;fillColor=none;align=left;verticalAlign=middle;spacingLeft=4;spacingRight=4;overflow=hidden;points=[[0,0.5],[1,0.5]];portConstraint=eastwest;rotatable=0;whiteSpace=wrap;html=1;" value="категория" vertex="1">
          <mxGeometry height="20" width="160" y="260" as="geometry" />
        </mxCell>
-         <mxCell id="QCCio0czqhQAYPsaJVkk-66" edge="1" parent="1" source="QCCio0czqhQAYPsaJVkk-2" style="edgeStyle=orthogonalEdgeStyle;rounded=0;orthogonalLoop=1;jettySize=auto;html=1;entryX=1;entryY=0.5;entryDx=0;entryDy=0;" target="QCCio0czqhQAYPsaJVkk-47">
+         <mxCell id="QCCio0czqhQAYPsaJVkk-66" edge="1" parent="1" source="QCCio0czqhQAYPsaJVkk-2" style="edgeStyle=orthogonalEdgeStyle;rounded=0;orthogonalLoop=1;jettySize=auto;html=1;entryX=1;entryY=0.5;entryDx=0;entryDy=0;endArrow=ERoneToMany;endFill=0;startArrow=ERmandOne;startFill=0;" target="QCCio0czqhQAYPsaJVkk-47">
          <mxGeometry relative="1" as="geometry">
            <Array as="points">
              <mxPoint x="680" y="250" />
              <mxPoint x="680" y="270" />
            </Array>
          </mxGeometry>
        </mxCell>
        <mxCell id="QCCio0czqhQAYPsaJVkk-75" parent="1" style="swimlane;fontStyle=0;childLayout=stackLayout;horizontal=1;startSize=40;horizontalStack=0;resizeParent=1;resizeParentMax=0;resizeLast=0;collapsible=1;marginBottom=0;whiteSpace=wrap;html=1;" value="должность" vertex="1">
-           <mxGeometry height="80" width="160" x="990" y="840" as="geometry" />
+           <mxGeometry height="80" width="160" x="1080" y="960" as="geometry" />
        </mxCell>
        <mxCell id="QCCio0czqhQAYPsaJVkk-76" parent="QCCio0czqhQAYPsaJVkk-75" style="text;strokeColor=none;fillColor=none;align=left;verticalAlign=middle;spacingLeft=4;spacingRight=4;overflow=hidden;points=[[0,0.5],[1,0.5]];portConstraint=eastwest;rotatable=0;whiteSpace=wrap;html=1;" value="id" vertex="1">
          <mxGeometry height="20" width="160" y="40" as="geometry" />
        </mxCell>
        <mxCell id="QCCio0czqhQAYPsaJVkk-77" parent="QCCio0czqhQAYPsaJVkk-75" style="text;strokeColor=none;fillColor=none;align=left;verticalAlign=middle;spacingLeft=4;spacingRight=4;overflow=hidden;points=[[0,0.5],[1,0.5]];portConstraint=eastwest;rotatable=0;whiteSpace=wrap;html=1;" value="название" vertex="1">
          <mxGeometry height="20" width="160" y="60" as="geometry" />
        </mxCell>
-         <mxCell id="QCCio0czqhQAYPsaJVkk-78" edge="1" parent="1" source="QCCio0czqhQAYPsaJVkk-22" style="edgeStyle=orthogonalEdgeStyle;rounded=0;orthogonalLoop=1;jettySize=auto;html=1;entryX=0;entryY=0.5;entryDx=0;entryDy=0;exitX=1;exitY=0.5;exitDx=0;exitDy=0;" target="QCCio0czqhQAYPsaJVkk-76">
-           <mxGeometry relative="1" as="geometry">
-             <Array as="points">
-               <mxPoint x="960" y="750" />
-               <mxPoint x="960" y="890" />
-             </Array>
-           </mxGeometry>
-         </mxCell>
-         <mxCell id="5v35WYOy-HeSkfLyppc9-19" edge="1" parent="1" source="5v35WYOy-HeSkfLyppc9-18" style="edgeStyle=orthogonalEdgeStyle;rounded=0;orthogonalLoop=1;jettySize=auto;html=1;entryX=1;entryY=0.5;entryDx=0;entryDy=0;" target="QCCio0czqhQAYPsaJVkk-46">
-           <mxGeometry relative="1" as="geometry">
-             <Array as="points">
-               <mxPoint x="1000" y="370" />
-               <mxPoint x="1000" y="480" />
-               <mxPoint x="640" y="480" />
+         <mxCell id="5v35WYOy-HeSkfLyppc9-19" edge="1" parent="1" source="5v35WYOy-HeSkfLyppc9-18" style="edgeStyle=orthogonalEdgeStyle;rounded=0;orthogonalLoop=1;jettySize=auto;html=1;entryX=1;entryY=0.5;entryDx=0;entryDy=0;startArrow=ERzeroToMany;startFill=0;endArrow=ERmandOne;endFill=0;exitX=0;exitY=0.5;exitDx=0;exitDy=0;" target="QCCio0czqhQAYPsaJVkk-46">
+           <mxGeometry relative="1" as="geometry">
+             <Array as="points">
+               <mxPoint x="1000" y="350" />
+               <mxPoint x="1000" y="170" />
+               <mxPoint x="640" y="170" />
              <mxPoint x="640" y="250" />
            </Array>
          </mxGeometry>
+         </mxCell>
+         <mxCell id="_7CWWWRRHnUByzOvKkJp-9" edge="1" parent="1" source="_7CWWWRRHnUByzOvKkJp-8" style="edgeStyle=orthogonalEdgeStyle;rounded=0;orthogonalLoop=1;jettySize=auto;html=1;entryX=0;entryY=0.5;entryDx=0;entryDy=0;startArrow=ERoneToMany;startFill=0;endArrow=ERmandOne;endFill=0;" target="QCCio0czqhQAYPsaJVkk-76">
+           <mxGeometry relative="1" as="geometry" />
+         </mxCell>
+         <mxCell id="_7CWWWRRHnUByzOvKkJp-10" parent="1" style="swimlane;fontStyle=0;childLayout=stackLayout;horizontal=1;startSize=40;horizontalStack=0;resizeParent=1;resizeParentMax=0;resizeLast=0;collapsible=1;marginBottom=0;whiteSpace=wrap;html=1;" value="пользователь" vertex="1">
+           <mxGeometry height="140" width="160" x="800" y="760" as="geometry" />
+         </mxCell>
+         <mxCell id="_7CWWWRRHnUByzOvKkJp-11" parent="_7CWWWRRHnUByzOvKkJp-10" style="text;strokeColor=none;fillColor=none;align=left;verticalAlign=middle;spacingLeft=4;spacingRight=4;overflow=hidden;points=[[0,0.5],[1,0.5]];portConstraint=eastwest;rotatable=0;whiteSpace=wrap;html=1;" value="id" vertex="1">
+           <mxGeometry height="20" width="160" y="40" as="geometry" />
+         </mxCell>
+         <mxCell id="_7CWWWRRHnUByzOvKkJp-12" parent="_7CWWWRRHnUByzOvKkJp-10" style="text;strokeColor=none;fillColor=none;align=left;verticalAlign=middle;spacingLeft=4;spacingRight=4;overflow=hidden;points=[[0,0.5],[1,0.5]];portConstraint=eastwest;rotatable=0;whiteSpace=wrap;html=1;" value="сотрудник" vertex="1">
+           <mxGeometry height="20" width="160" y="60" as="geometry" />
+         </mxCell>
+         <mxCell id="_7CWWWRRHnUByzOvKkJp-13" parent="_7CWWWRRHnUByzOvKkJp-10" style="text;strokeColor=none;fillColor=none;align=left;verticalAlign=middle;spacingLeft=4;spacingRight=4;overflow=hidden;points=[[0,0.5],[1,0.5]];portConstraint=eastwest;rotatable=0;whiteSpace=wrap;html=1;" value="логин" vertex="1">
+           <mxGeometry height="20" width="160" y="80" as="geometry" />
+         </mxCell>
+         <mxCell id="_7CWWWRRHnUByzOvKkJp-14" parent="_7CWWWRRHnUByzOvKkJp-10" style="text;strokeColor=none;fillColor=none;align=left;verticalAlign=middle;spacingLeft=4;spacingRight=4;overflow=hidden;points=[[0,0.5],[1,0.5]];portConstraint=eastwest;rotatable=0;whiteSpace=wrap;html=1;" value="пароль" vertex="1">
+           <mxGeometry height="20" width="160" y="100" as="geometry" />
+         </mxCell>
+         <mxCell id="_7CWWWRRHnUByzOvKkJp-15" parent="_7CWWWRRHnUByzOvKkJp-10" style="text;strokeColor=none;fillColor=none;align=left;verticalAlign=middle;spacingLeft=4;spacingRight=4;overflow=hidden;points=[[0,0.5],[1,0.5]];portConstraint=eastwest;rotatable=0;whiteSpace=wrap;html=1;" value="роль" vertex="1">
+           <mxGeometry height="20" width="160" y="120" as="geometry" />
+         </mxCell>
+         <mxCell id="_7CWWWRRHnUByzOvKkJp-16" edge="1" parent="1" source="_7CWWWRRHnUByzOvKkJp-15" style="edgeStyle=orthogonalEdgeStyle;rounded=0;orthogonalLoop=1;jettySize=auto;html=1;entryX=0;entryY=0.5;entryDx=0;entryDy=0;endArrow=ERmandOne;endFill=0;startArrow=ERoneToMany;startFill=0;" target="QCCio0czqhQAYPsaJVkk-41">
+           <mxGeometry relative="1" as="geometry" />
+         </mxCell>
+         <mxCell id="_7CWWWRRHnUByzOvKkJp-17" edge="1" parent="1" source="_7CWWWRRHnUByzOvKkJp-12" style="edgeStyle=orthogonalEdgeStyle;rounded=0;orthogonalLoop=1;jettySize=auto;html=1;entryX=0;entryY=0.5;entryDx=0;entryDy=0;endArrow=ERmandOne;endFill=0;startArrow=ERoneToMany;startFill=0;" target="QCCio0czqhQAYPsaJVkk-20">
+           <mxGeometry relative="1" as="geometry" />
        </mxCell>
      </root>
    </mxGraphModel>
  </diagram>
</mxfile>
